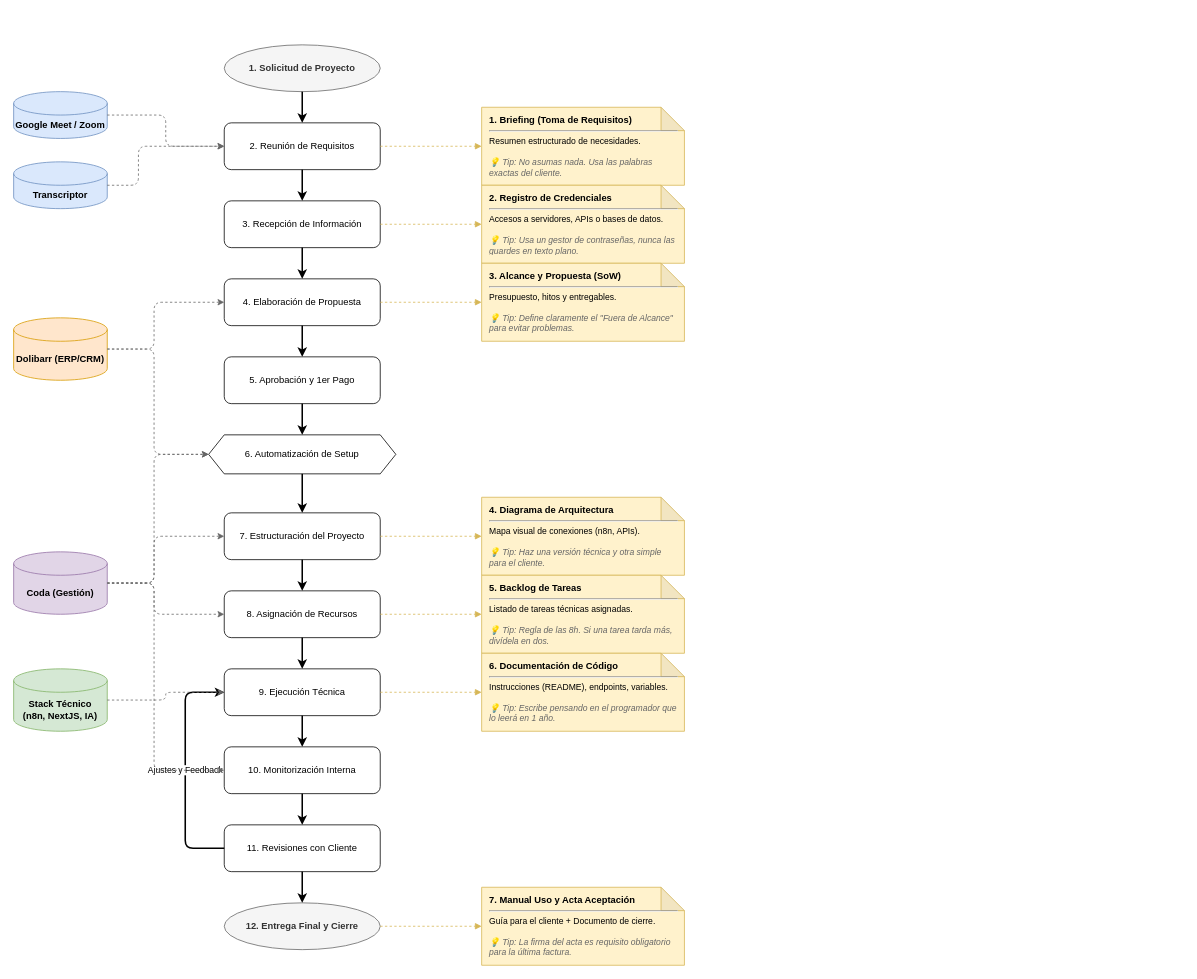
The draw.io diagram implantacions.drawio in onnadigital-ia/draw.io, before the edit. Source tidied: cells renumbered, new cells numbered last; positions are measured from the earlier drawing's top-left corner, leaving out a move shared by most shapes. Both pictures are drawn from the tidied source at 78%, with x=0, y=0 at pixel (13, 44).
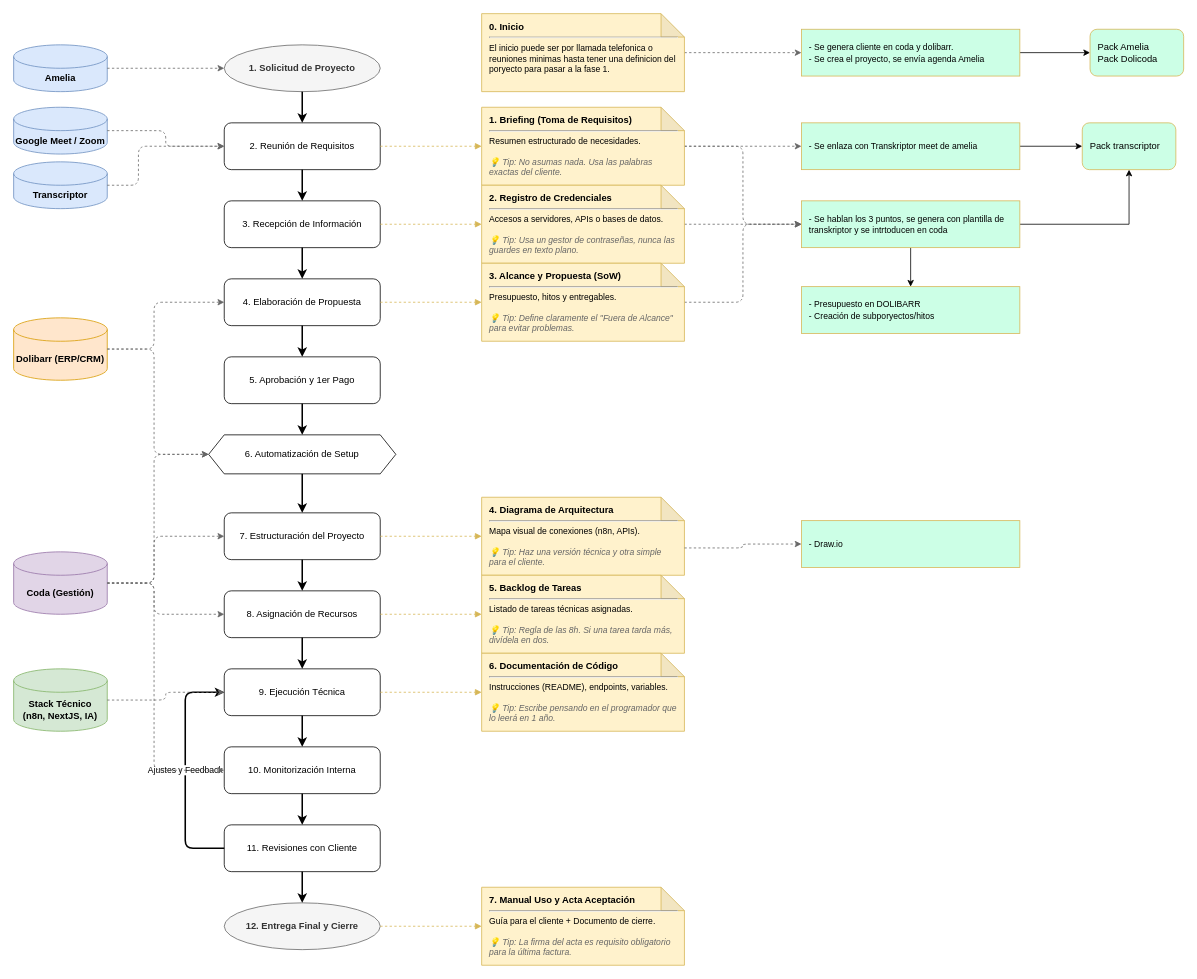
After the change.

Unchanged cells that the change refers to:
```xml
<mxCell id="7" value="1. Solicitud de Proyecto" style="ellipse;whiteSpace=wrap;html=1;fillColor=#f5f5f5;fontColor=#333333;strokeColor=#666666;fontStyle=1;" parent="1" vertex="1">
  <mxGeometry x="270" width="200" height="60" as="geometry" />
</mxCell>
<mxCell id="19" value="&lt;b&gt;1. Briefing (Toma de Requisitos)&lt;/b&gt;&lt;hr&gt;&lt;div style=&quot;font-size:11px;&quot;&gt;Resumen estructurado de necesidades.&lt;br&gt;&lt;br&gt;&lt;i style=&quot;color:#666666;&quot;&gt;💡 Tip: No asumas nada. Usa las palabras exactas del cliente.&lt;/i&gt;&lt;/div&gt;" style="shape=note;whiteSpace=wrap;html=1;backgroundOutline=1;darkOpacity=0.05;fillColor=#fff2cc;strokeColor=#d6b656;align=left;spacing=10;" parent="1" vertex="1">
  <mxGeometry x="600" y="80" width="260" height="100" as="geometry" />
</mxCell>
<mxCell id="20" value="&lt;b&gt;2. Registro de Credenciales&lt;/b&gt;&lt;hr&gt;&lt;div style=&quot;font-size:11px;&quot;&gt;Accesos a servidores, APIs o bases de datos.&lt;br&gt;&lt;br&gt;&lt;i style=&quot;color:#666666;&quot;&gt;💡 Tip: Usa un gestor de contraseñas, nunca las guardes en texto plano.&lt;/i&gt;&lt;/div&gt;" style="shape=note;whiteSpace=wrap;html=1;backgroundOutline=1;darkOpacity=0.05;fillColor=#fff2cc;strokeColor=#d6b656;align=left;spacing=10;" parent="1" vertex="1">
  <mxGeometry x="600" y="180" width="260" height="100" as="geometry" />
</mxCell>
<mxCell id="21" value="&lt;b&gt;3. Alcance y Propuesta (SoW)&lt;/b&gt;&lt;hr&gt;&lt;div style=&quot;font-size:11px;&quot;&gt;Presupuesto, hitos y entregables.&lt;br&gt;&lt;br&gt;&lt;i style=&quot;color:#666666;&quot;&gt;💡 Tip: Define claramente el &quot;Fuera de Alcance&quot; para evitar problemas.&lt;/i&gt;&lt;/div&gt;" style="shape=note;whiteSpace=wrap;html=1;backgroundOutline=1;darkOpacity=0.05;fillColor=#fff2cc;strokeColor=#d6b656;align=left;spacing=10;" parent="1" vertex="1">
  <mxGeometry x="600" y="280" width="260" height="100" as="geometry" />
</mxCell>
<mxCell id="22" value="&lt;b&gt;4. Diagrama de Arquitectura&lt;/b&gt;&lt;hr&gt;&lt;div style=&quot;font-size:11px;&quot;&gt;Mapa visual de conexiones (n8n, APIs).&lt;br&gt;&lt;br&gt;&lt;i style=&quot;color:#666666;&quot;&gt;💡 Tip: Haz una versión técnica y otra simple para el cliente.&lt;/i&gt;&lt;/div&gt;" style="shape=note;whiteSpace=wrap;html=1;backgroundOutline=1;darkOpacity=0.05;fillColor=#fff2cc;strokeColor=#d6b656;align=left;spacing=10;" parent="1" vertex="1">
  <mxGeometry x="600" y="580" width="260" height="100" as="geometry" />
</mxCell>
```

Change to the diagram source:
```diff
@@
     <mxCell id="2" value="Google Meet / Zoom" style="shape=cylinder3;whiteSpace=wrap;html=1;boundedLbl=1;backgroundOutline=1;size=15;fillColor=#dae8fc;strokeColor=#6c8ebf;fontStyle=1;" parent="1" vertex="1">
-      <mxGeometry y="60" width="120" height="60" as="geometry" />
+      <mxGeometry y="80" width="120" height="60" as="geometry" />
     </mxCell>
@@
+    <mxCell id="54" style="edgeStyle=orthogonalEdgeStyle;rounded=1;dashed=1;html=1;strokeColor=#666666;endArrow=classic;endFill=1;entryX=0;entryY=0.5;entryDx=0;entryDy=0;exitX=1;exitY=0.5;exitDx=0;exitDy=0;exitPerimeter=0;" parent="1" edge="1" source="19" target="65">
+      <mxGeometry relative="1" as="geometry" />
+    </mxCell>
+    <mxCell id="55" style="edgeStyle=orthogonalEdgeStyle;rounded=1;dashed=1;html=1;strokeColor=#666666;endArrow=classic;endFill=1;entryX=0;entryY=0.5;entryDx=0;entryDy=0;exitX=1;exitY=0.5;exitDx=0;exitDy=0;exitPerimeter=0;" parent="1" edge="1" source="19" target="68">
+      <mxGeometry relative="1" as="geometry" />
+    </mxCell>
@@
+    <mxCell id="56" style="edgeStyle=orthogonalEdgeStyle;rounded=1;dashed=1;html=1;strokeColor=#666666;endArrow=classic;endFill=1;entryX=0;entryY=0.5;entryDx=0;entryDy=0;exitX=1;exitY=0.5;exitDx=0;exitDy=0;exitPerimeter=0;" parent="1" edge="1" source="20" target="68">
+      <mxGeometry relative="1" as="geometry" />
+    </mxCell>
@@
+    <mxCell id="57" style="edgeStyle=orthogonalEdgeStyle;rounded=1;dashed=1;html=1;strokeColor=#666666;endArrow=classic;endFill=1;entryX=0;entryY=0.5;entryDx=0;entryDy=0;exitX=1;exitY=0.5;exitDx=0;exitDy=0;exitPerimeter=0;" parent="1" edge="1" source="21" target="68">
+      <mxGeometry relative="1" as="geometry" />
+    </mxCell>
@@
+    <mxCell id="58" value="Amelia" style="shape=cylinder3;whiteSpace=wrap;html=1;boundedLbl=1;backgroundOutline=1;size=15;fillColor=#dae8fc;strokeColor=#6c8ebf;fontStyle=1;" parent="1" vertex="1">
+      <mxGeometry width="120" height="60" as="geometry" />
+    </mxCell>
+    <mxCell id="59" style="edgeStyle=orthogonalEdgeStyle;rounded=1;dashed=1;html=1;strokeColor=#666666;endArrow=classic;endFill=1;entryX=0;entryY=0.5;entryDx=0;entryDy=0;exitX=1;exitY=0.5;exitDx=0;exitDy=0;exitPerimeter=0;" parent="1" edge="1" source="58" target="7">
+      <mxGeometry relative="1" as="geometry" />
+    </mxCell>
+    <mxCell id="60" style="edgeStyle=orthogonalEdgeStyle;rounded=1;dashed=1;html=1;strokeColor=#666666;endArrow=classic;endFill=1;entryX=0;entryY=0.5;entryDx=0;entryDy=0;exitX=1;exitY=0.5;exitDx=0;exitDy=0;exitPerimeter=0;" parent="1" edge="1" source="61" target="63">
+      <mxGeometry relative="1" as="geometry" />
+    </mxCell>
+    <mxCell id="61" value="&lt;b&gt;0. Inicio&lt;/b&gt;&lt;hr&gt;&lt;div style=&quot;font-size:11px;&quot;&gt;El inicio puede ser por llamada telefonica o reuniones minimas hasta tener una definicion del poryecto para pasar a la fase 1.&lt;br&gt;&lt;br&gt;&lt;/div&gt;" style="shape=note;whiteSpace=wrap;html=1;backgroundOutline=1;darkOpacity=0.05;fillColor=#fff2cc;strokeColor=#d6b656;align=left;spacing=10;" parent="1" vertex="1">
+      <mxGeometry x="600" y="-40" width="260" height="100" as="geometry" />
+    </mxCell>
+    <mxCell id="62" style="edgeStyle=orthogonalEdgeStyle;rounded=0;jettySize=auto;html=1;" parent="1" edge="1" source="63" target="69">
+      <mxGeometry relative="1" as="geometry" />
+    </mxCell>
+    <mxCell id="63" value="&lt;span style=&quot;font-size: 11px;&quot;&gt;- Se genera cliente en coda y dolibarr. &lt;br&gt;- Se crea el proyecto, se envía agenda Amelia&lt;/span&gt;" style="whiteSpace=wrap;html=1;align=left;fillColor=#CCFFE6;strokeColor=#d6b656;spacing=10;" parent="1" vertex="1">
+      <mxGeometry x="1010" y="-20" width="280" height="60" as="geometry" />
+    </mxCell>
+    <mxCell id="64" style="edgeStyle=orthogonalEdgeStyle;rounded=0;jettySize=auto;html=1;" parent="1" edge="1" source="65" target="70">
+      <mxGeometry relative="1" as="geometry" />
+    </mxCell>
+    <mxCell id="65" value="&lt;span style=&quot;font-size: 11px;&quot;&gt;- Se enlaza con Transkriptor meet de amelia&lt;/span&gt;" style="whiteSpace=wrap;html=1;align=left;fillColor=#CCFFE6;strokeColor=#d6b656;spacing=10;" parent="1" vertex="1">
+      <mxGeometry x="1010" y="100" width="280" height="60" as="geometry" />
+    </mxCell>
+    <mxCell id="66" style="edgeStyle=orthogonalEdgeStyle;rounded=0;jettySize=auto;html=1;" parent="1" edge="1" source="68" target="70">
+      <mxGeometry relative="1" as="geometry" />
+    </mxCell>
+    <mxCell id="67" style="edgeStyle=orthogonalEdgeStyle;rounded=0;jettySize=auto;html=1;" parent="1" edge="1" source="68" target="73">
+      <mxGeometry relative="1" as="geometry" />
+    </mxCell>
+    <mxCell id="68" value="&lt;span style=&quot;font-size: 11px;&quot;&gt;- Se hablan los 3 puntos, se genera con plantilla de transkriptor y se intrtoducen en coda&lt;/span&gt;" style="whiteSpace=wrap;html=1;align=left;fillColor=#CCFFE6;strokeColor=#d6b656;spacing=10;" parent="1" vertex="1">
+      <mxGeometry x="1010" y="200" width="280" height="60" as="geometry" />
+    </mxCell>
+    <mxCell id="69" value="Pack Amelia&lt;br&gt;Pack Dolicoda" style="rounded=1;whiteSpace=wrap;html=1;align=left;fillColor=#CCFFE6;strokeColor=#d6b656;spacing=10;" parent="1" vertex="1">
+      <mxGeometry x="1380" y="-20" width="120" height="60" as="geometry" />
+    </mxCell>
+    <mxCell id="70" value="Pack transcriptor" style="rounded=1;whiteSpace=wrap;html=1;align=left;fillColor=#CCFFE6;strokeColor=#d6b656;spacing=10;" parent="1" vertex="1">
+      <mxGeometry x="1370" y="100" width="120" height="60" as="geometry" />
+    </mxCell>
+    <mxCell id="71" style="edgeStyle=orthogonalEdgeStyle;rounded=1;dashed=1;html=1;strokeColor=#666666;endArrow=classic;endFill=1;entryX=0;entryY=0.5;entryDx=0;entryDy=0;exitX=0;exitY=0;exitDx=260;exitDy=65;exitPerimeter=0;" parent="1" edge="1" source="22" target="72">
+      <mxGeometry relative="1" as="geometry" />
+    </mxCell>
+    <mxCell id="72" value="&lt;span style=&quot;font-size: 11px;&quot;&gt;- Draw.io&lt;/span&gt;" style="whiteSpace=wrap;html=1;align=left;fillColor=#CCFFE6;strokeColor=#d6b656;spacing=10;" parent="1" vertex="1">
+      <mxGeometry x="1010" y="610" width="280" height="60" as="geometry" />
+    </mxCell>
+    <mxCell id="73" value="&lt;span style=&quot;font-size: 11px;&quot;&gt;- Presupuesto en DOLIBARR&lt;br&gt;&lt;/span&gt;&lt;div&gt;&lt;span style=&quot;font-size: 11px;&quot;&gt;- Creación de subporyectos/hitos&lt;/span&gt;&lt;/div&gt;" style="whiteSpace=wrap;html=1;align=left;fillColor=#CCFFE6;strokeColor=#d6b656;spacing=10;" parent="1" vertex="1">
+      <mxGeometry x="1010" y="310" width="280" height="60" as="geometry" />
+    </mxCell>
```
